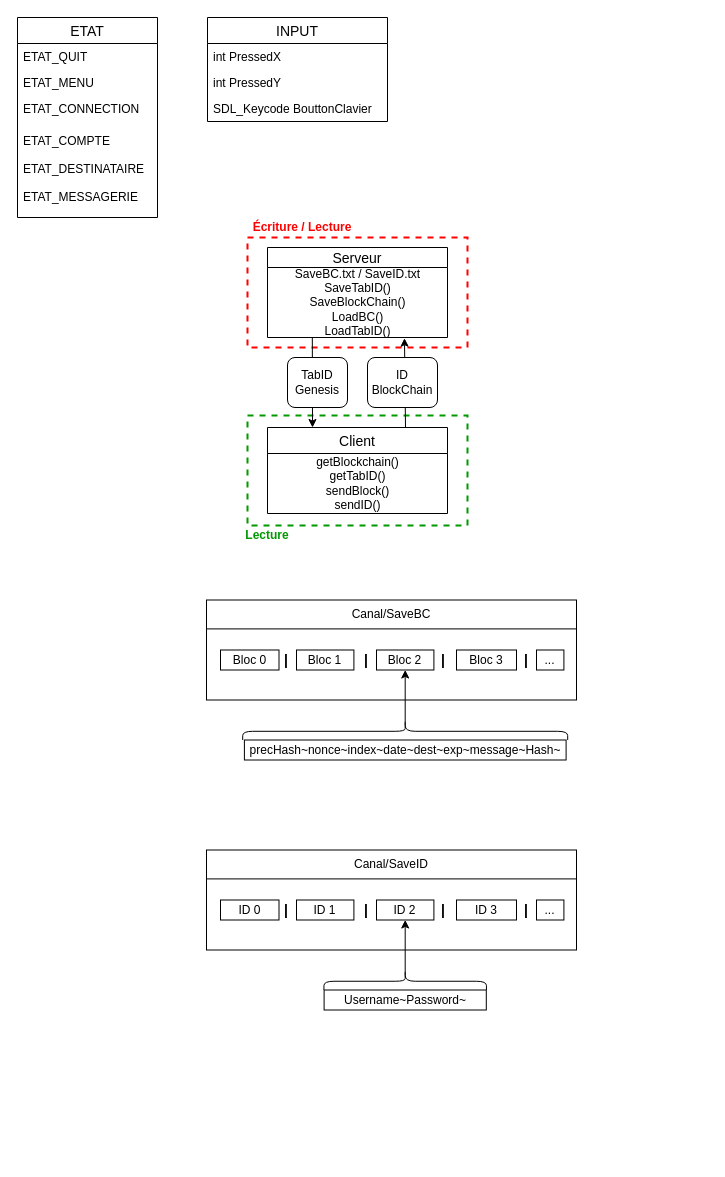
Earlier version of the draw.io diagram page "Variable et Structures" (6 of 6) of AffichageBottle.drawio (lucasmaisonnave/BottleV2). Source tidied: cells renumbered, new cells numbered last; positions are measured from the earlier drawing's top-left corner, leaving out a move shared by most shapes. Both pictures are drawn from the tidied source at 100%, with x=0, y=0 at pixel (17, 17).
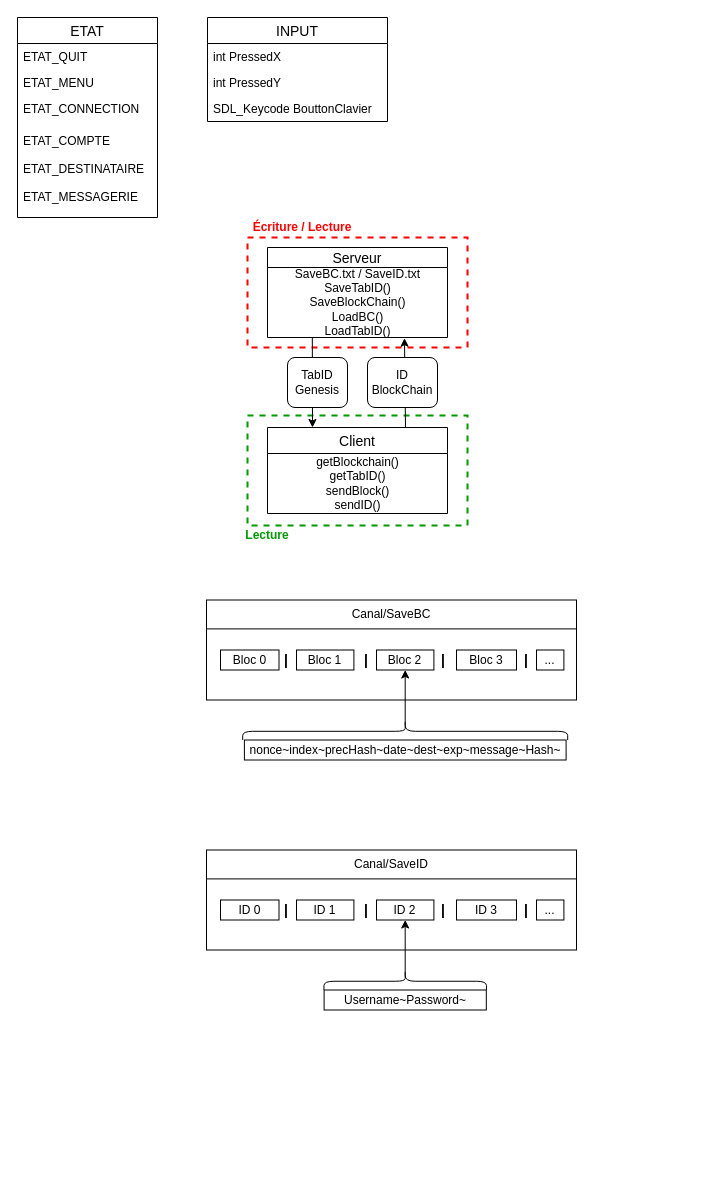
Above is the later version.

The change refers to these unchanged cells:
```xml
<mxCell id="25" style="group;" parent="24" vertex="1">
  <mxGeometry width="370" height="312.5" as="geometry" />
</mxCell>
```

The edit, as a diff of the source:
```diff
@@
-    <mxCell id="39" value="precHash~nonce~index~date~dest~exp~message~Hash~" style="rounded=0;whiteSpace=wrap;html=1;" parent="25" vertex="1">
+    <mxCell id="39" value="nonce~index~precHash~date~dest~exp~message~Hash~" style="rounded=0;whiteSpace=wrap;html=1;" parent="25" vertex="1">
       <mxGeometry x="37.9" y="160" width="321.7" height="20" as="geometry" />
     </mxCell>
```
